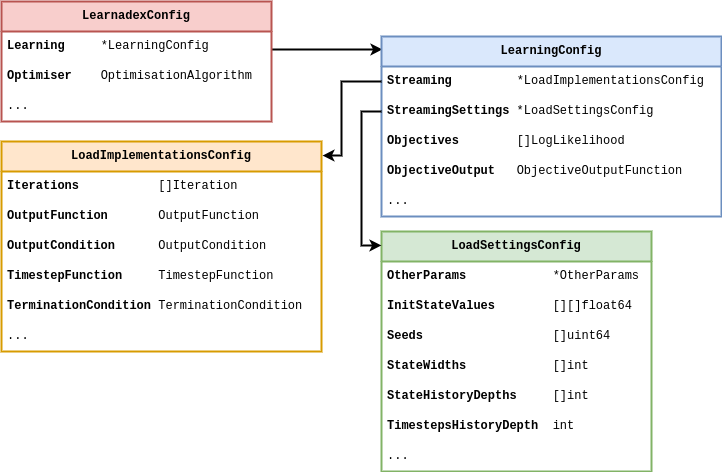
This is images/chapter-3-learnadex-data-types.drawio.png from umbralcalc/worlds-of-observation, a draw.io export, as it was before one commit. Source tidied: cells renumbered, new cells last; positions are measured from the earlier drawing's top-left corner, leaving out a move shared by most shapes.
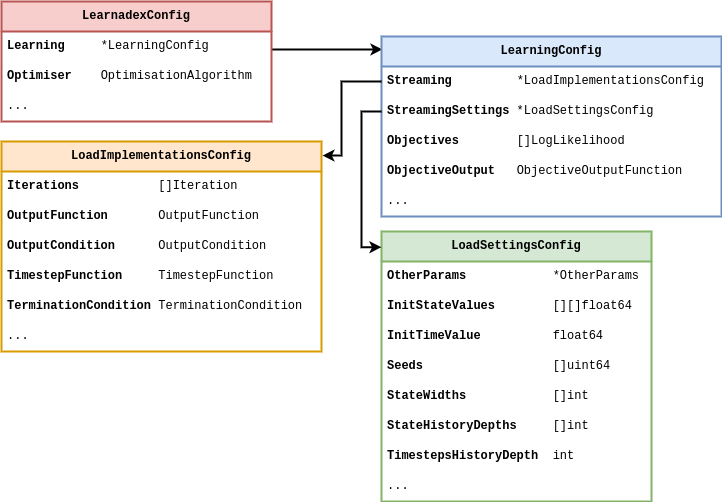
Above is the later version.

Commit message:
added structure updates to stochadex config

What changed in the source:
```diff
@@ -70,7 +70,7 @@
       </mxGeometry>
     </mxCell>
     <mxCell id="21" value="&lt;b&gt;LoadSettingsConfig&lt;/b&gt;" style="swimlane;fontStyle=0;horizontal=1;startSize=30;whiteSpace=wrap;html=1;fontFamily=Courier New;strokeWidth=2;fillColor=#d5e8d4;strokeColor=#82b366;" parent="1" vertex="1">
-      <mxGeometry x="380" y="230" width="270" height="240" as="geometry" />
+      <mxGeometry x="380" y="230" width="270" height="270" as="geometry" />
     </mxCell>
     <mxCell id="22" value="&lt;b&gt;OtherParams&lt;/b&gt;&amp;nbsp; &amp;nbsp; &amp;nbsp; &amp;nbsp; &amp;nbsp; &amp;nbsp; *OtherParams" style="text;strokeColor=none;fillColor=none;align=left;verticalAlign=middle;spacingLeft=4;spacingRight=4;overflow=hidden;whiteSpace=wrap;html=1;fontFamily=Courier New;" parent="21" vertex="1">
       <mxGeometry y="30" width="270" height="30" as="geometry" />
@@ -78,20 +78,23 @@
     <mxCell id="23" value="&lt;b&gt;InitStateValues&lt;/b&gt;&amp;nbsp; &amp;nbsp; &amp;nbsp; &amp;nbsp; [][]float64" style="text;strokeColor=none;fillColor=none;align=left;verticalAlign=middle;spacingLeft=4;spacingRight=4;overflow=hidden;whiteSpace=wrap;html=1;fontFamily=Courier New;" parent="21" vertex="1">
       <mxGeometry y="60" width="270" height="30" as="geometry" />
     </mxCell>
+    <mxCell id="30" value="&lt;b&gt;InitTimeValue&lt;/b&gt;&amp;nbsp; &amp;nbsp; &amp;nbsp; &amp;nbsp; &amp;nbsp; float64" style="text;strokeColor=none;fillColor=none;align=left;verticalAlign=middle;spacingLeft=4;spacingRight=4;overflow=hidden;whiteSpace=wrap;html=1;fontFamily=Courier New;" parent="21" vertex="1">
+      <mxGeometry y="90" width="270" height="30" as="geometry" />
+    </mxCell>
     <mxCell id="24" value="&lt;b&gt;Seeds&lt;/b&gt;&amp;nbsp; &amp;nbsp; &amp;nbsp; &amp;nbsp; &amp;nbsp; &amp;nbsp; &amp;nbsp; &amp;nbsp; &amp;nbsp; []uint64" style="text;strokeColor=none;fillColor=none;align=left;verticalAlign=middle;spacingLeft=4;spacingRight=4;overflow=hidden;whiteSpace=wrap;html=1;fontFamily=Courier New;" parent="21" vertex="1">
-      <mxGeometry y="90" width="270" height="30" as="geometry" />
+      <mxGeometry y="120" width="270" height="30" as="geometry" />
     </mxCell>
     <mxCell id="25" value="&lt;b&gt;StateWidths&lt;/b&gt;&amp;nbsp; &amp;nbsp; &amp;nbsp; &amp;nbsp; &amp;nbsp; &amp;nbsp; []int" style="text;strokeColor=none;fillColor=none;align=left;verticalAlign=middle;spacingLeft=4;spacingRight=4;overflow=hidden;whiteSpace=wrap;html=1;fontFamily=Courier New;" parent="21" vertex="1">
-      <mxGeometry y="120" width="270" height="30" as="geometry" />
+      <mxGeometry y="150" width="270" height="30" as="geometry" />
     </mxCell>
     <mxCell id="26" value="&lt;b&gt;StateHistoryDepths&lt;/b&gt;&amp;nbsp; &amp;nbsp; &amp;nbsp;[]int" style="text;strokeColor=none;fillColor=none;align=left;verticalAlign=middle;spacingLeft=4;spacingRight=4;overflow=hidden;whiteSpace=wrap;html=1;fontFamily=Courier New;" parent="21" vertex="1">
-      <mxGeometry y="150" width="270" height="30" as="geometry" />
+      <mxGeometry y="180" width="270" height="30" as="geometry" />
     </mxCell>
     <mxCell id="27" value="&lt;b&gt;TimestepsHistoryDepth&lt;/b&gt;&amp;nbsp; int" style="text;strokeColor=none;fillColor=none;align=left;verticalAlign=middle;spacingLeft=4;spacingRight=4;overflow=hidden;whiteSpace=wrap;html=1;fontFamily=Courier New;" parent="21" vertex="1">
-      <mxGeometry y="180" width="270" height="30" as="geometry" />
+      <mxGeometry y="210" width="270" height="30" as="geometry" />
     </mxCell>
     <mxCell id="28" value="..." style="text;strokeColor=none;fillColor=none;align=left;verticalAlign=middle;spacingLeft=4;spacingRight=4;overflow=hidden;whiteSpace=wrap;html=1;fontFamily=Courier New;" parent="21" vertex="1">
-      <mxGeometry y="210" width="270" height="30" as="geometry" />
+      <mxGeometry y="240" width="270" height="30" as="geometry" />
     </mxCell>
     <mxCell id="29" style="edgeStyle=orthogonalEdgeStyle;rounded=0;jettySize=auto;html=1;entryX=0;entryY=0.058;entryDx=0;entryDy=0;entryPerimeter=0;strokeWidth=2;" parent="1" edge="1" source="9" target="21">
       <mxGeometry relative="1" as="geometry" />
```
